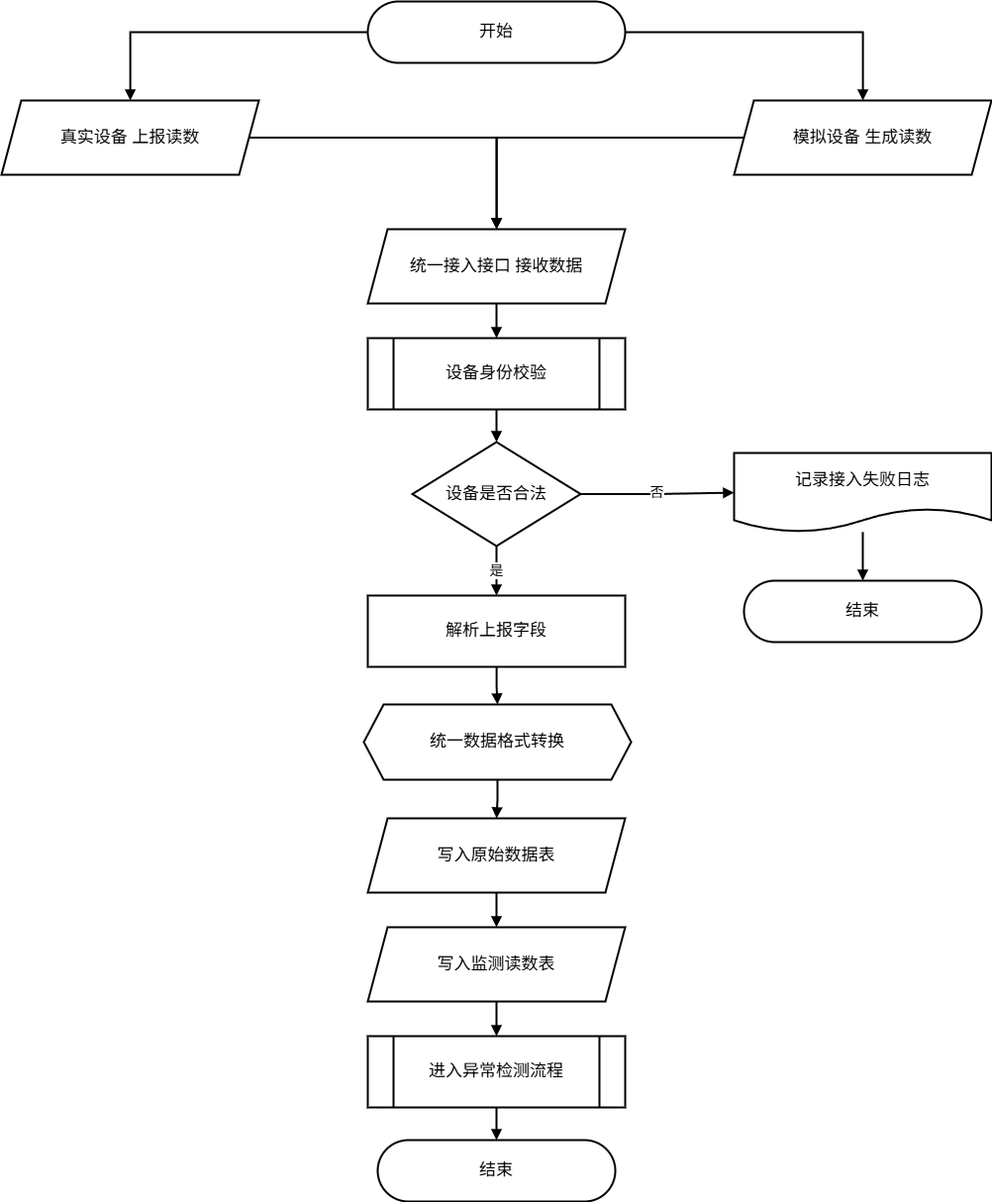
Earlier version of the draw.io export pictures_drawio/真实模拟设备统一接入图.drawio.png (solisW/my_thesis_system). Source tidied: cells renumbered, new cells last; positions are measured from the earlier drawing's top-left corner, leaving out a move shared by most shapes. The source it was exported from:
```xml
<mxGraphModel>
  <root>
    <mxCell id="0" />
    <mxCell id="1" parent="0" />
    <mxCell id="2" value="开始" style="rounded=1;arcSize=50;whiteSpace=wrap;html=1;fillColor=#ffffff;strokeColor=#000000;strokeWidth=2;fontSize=17;" parent="1" vertex="1">
      <mxGeometry x="370" width="260" height="62" as="geometry" />
    </mxCell>
    <mxCell id="3" value="真实设备 上报读数" style="shape=parallelogram;perimeter=parallelogramPerimeter;whiteSpace=wrap;html=1;fixedSize=1;fillColor=#ffffff;strokeColor=#000000;strokeWidth=2;fontSize=17;" parent="1" vertex="1">
      <mxGeometry y="100" width="260" height="75" as="geometry" />
    </mxCell>
    <mxCell id="4" value="模拟设备 生成读数" style="shape=parallelogram;perimeter=parallelogramPerimeter;whiteSpace=wrap;html=1;fixedSize=1;fillColor=#ffffff;strokeColor=#000000;strokeWidth=2;fontSize=17;" parent="1" vertex="1">
      <mxGeometry x="740" y="100" width="260" height="75" as="geometry" />
    </mxCell>
    <mxCell id="5" value="统一接入接口 接收数据" style="shape=parallelogram;perimeter=parallelogramPerimeter;whiteSpace=wrap;html=1;fixedSize=1;fillColor=#ffffff;strokeColor=#000000;strokeWidth=2;fontSize=17;" parent="1" vertex="1">
      <mxGeometry x="370" y="230" width="260" height="75" as="geometry" />
    </mxCell>
    <mxCell id="6" value="设备身份校验" style="shape=process;whiteSpace=wrap;html=1;backgroundOutline=1;fillColor=#ffffff;strokeColor=#000000;strokeWidth=2;fontSize=17;" parent="1" vertex="1">
      <mxGeometry x="370" y="340" width="260" height="72" as="geometry" />
    </mxCell>
    <mxCell id="7" value="设备是否合法" style="rhombus;whiteSpace=wrap;html=1;fillColor=#ffffff;strokeColor=#000000;strokeWidth=2;fontSize=17;" parent="1" vertex="1">
      <mxGeometry x="415" y="445" width="170" height="105" as="geometry" />
    </mxCell>
    <mxCell id="8" value="记录接入失败日志" style="shape=document;whiteSpace=wrap;html=1;boundedLbl=1;fillColor=#ffffff;strokeColor=#000000;strokeWidth=2;fontSize=17;" parent="1" vertex="1">
      <mxGeometry x="740" y="456" width="260" height="80" as="geometry" />
    </mxCell>
    <mxCell id="9" value="结束" style="rounded=1;arcSize=50;whiteSpace=wrap;html=1;fillColor=#ffffff;strokeColor=#000000;strokeWidth=2;fontSize=17;" parent="1" vertex="1">
      <mxGeometry x="750" y="585" width="240" height="62" as="geometry" />
    </mxCell>
    <mxCell id="10" value="解析上报字段" style="rounded=0;whiteSpace=wrap;html=1;fillColor=#ffffff;strokeColor=#000000;strokeWidth=2;fontSize=17;" parent="1" vertex="1">
      <mxGeometry x="370" y="600" width="260" height="72" as="geometry" />
    </mxCell>
    <mxCell id="11" value="统一数据格式转换" style="shape=hexagon;perimeter=hexagonPerimeter2;whiteSpace=wrap;html=1;fixedSize=1;fillColor=#ffffff;strokeColor=#000000;strokeWidth=2;fontSize=17;" parent="1" vertex="1">
      <mxGeometry x="366" y="710" width="270" height="76" as="geometry" />
    </mxCell>
    <mxCell id="12" value="写入原始数据表" style="shape=parallelogram;perimeter=parallelogramPerimeter;whiteSpace=wrap;html=1;fixedSize=1;fillColor=#ffffff;strokeColor=#000000;strokeWidth=2;fontSize=17;" parent="1" vertex="1">
      <mxGeometry x="370" y="825" width="260" height="75" as="geometry" />
    </mxCell>
    <mxCell id="13" value="写入监测读数表" style="shape=parallelogram;perimeter=parallelogramPerimeter;whiteSpace=wrap;html=1;fixedSize=1;fillColor=#ffffff;strokeColor=#000000;strokeWidth=2;fontSize=17;" parent="1" vertex="1">
      <mxGeometry x="370" y="935" width="260" height="75" as="geometry" />
    </mxCell>
    <mxCell id="14" value="进入异常检测流程" style="shape=process;whiteSpace=wrap;html=1;backgroundOutline=1;fillColor=#ffffff;strokeColor=#000000;strokeWidth=2;fontSize=17;" parent="1" vertex="1">
      <mxGeometry x="370" y="1045" width="260" height="72" as="geometry" />
    </mxCell>
    <mxCell id="15" value="结束" style="rounded=1;arcSize=50;whiteSpace=wrap;html=1;fillColor=#ffffff;strokeColor=#000000;strokeWidth=2;fontSize=17;" parent="1" vertex="1">
      <mxGeometry x="380" y="1150" width="240" height="62" as="geometry" />
    </mxCell>
    <mxCell id="16" style="endArrow=block;html=1;rounded=0;edgeStyle=orthogonalEdgeStyle;strokeWidth=2;fontSize=14;" parent="1" edge="1" source="2" target="3">
      <mxGeometry relative="1" as="geometry" />
    </mxCell>
    <mxCell id="17" style="endArrow=block;html=1;rounded=0;edgeStyle=orthogonalEdgeStyle;strokeWidth=2;fontSize=14;" parent="1" edge="1" source="2" target="4">
      <mxGeometry relative="1" as="geometry" />
    </mxCell>
    <mxCell id="18" style="endArrow=block;html=1;rounded=0;edgeStyle=orthogonalEdgeStyle;strokeWidth=2;fontSize=14;" parent="1" edge="1" source="3" target="5">
      <mxGeometry relative="1" as="geometry" />
    </mxCell>
    <mxCell id="19" style="endArrow=block;html=1;rounded=0;edgeStyle=orthogonalEdgeStyle;strokeWidth=2;fontSize=14;" parent="1" edge="1" source="4" target="5">
      <mxGeometry relative="1" as="geometry" />
    </mxCell>
    <mxCell id="20" style="endArrow=block;html=1;rounded=0;edgeStyle=orthogonalEdgeStyle;strokeWidth=2;fontSize=14;" parent="1" edge="1" source="5" target="6">
      <mxGeometry relative="1" as="geometry" />
    </mxCell>
    <mxCell id="21" style="endArrow=block;html=1;rounded=0;edgeStyle=orthogonalEdgeStyle;strokeWidth=2;fontSize=14;" parent="1" edge="1" source="6" target="7">
      <mxGeometry relative="1" as="geometry" />
    </mxCell>
    <mxCell id="22" value="否" style="endArrow=block;html=1;rounded=0;edgeStyle=orthogonalEdgeStyle;strokeWidth=2;fontSize=14;" parent="1" edge="1" source="7" target="8">
      <mxGeometry relative="1" as="geometry" />
    </mxCell>
    <mxCell id="23" style="endArrow=block;html=1;rounded=0;edgeStyle=orthogonalEdgeStyle;strokeWidth=2;fontSize=14;" parent="1" edge="1" source="8" target="9">
      <mxGeometry relative="1" as="geometry" />
    </mxCell>
    <mxCell id="24" value="是" style="endArrow=block;html=1;rounded=0;edgeStyle=orthogonalEdgeStyle;strokeWidth=2;fontSize=14;" parent="1" edge="1" source="7" target="10">
      <mxGeometry relative="1" as="geometry" />
    </mxCell>
    <mxCell id="25" style="endArrow=block;html=1;rounded=0;edgeStyle=orthogonalEdgeStyle;strokeWidth=2;fontSize=14;" parent="1" edge="1" source="10" target="11">
      <mxGeometry relative="1" as="geometry" />
    </mxCell>
    <mxCell id="26" style="endArrow=block;html=1;rounded=0;edgeStyle=orthogonalEdgeStyle;strokeWidth=2;fontSize=14;" parent="1" edge="1" source="11" target="12">
      <mxGeometry relative="1" as="geometry" />
    </mxCell>
    <mxCell id="27" style="endArrow=block;html=1;rounded=0;edgeStyle=orthogonalEdgeStyle;strokeWidth=2;fontSize=14;" parent="1" edge="1" source="12" target="13">
      <mxGeometry relative="1" as="geometry" />
    </mxCell>
    <mxCell id="28" style="endArrow=block;html=1;rounded=0;edgeStyle=orthogonalEdgeStyle;strokeWidth=2;fontSize=14;" parent="1" edge="1" source="13" target="14">
      <mxGeometry relative="1" as="geometry" />
    </mxCell>
    <mxCell id="29" style="endArrow=block;html=1;rounded=0;edgeStyle=orthogonalEdgeStyle;strokeWidth=2;fontSize=14;" parent="1" edge="1" source="14" target="15">
      <mxGeometry relative="1" as="geometry" />
    </mxCell>
  </root>
</mxGraphModel>
```
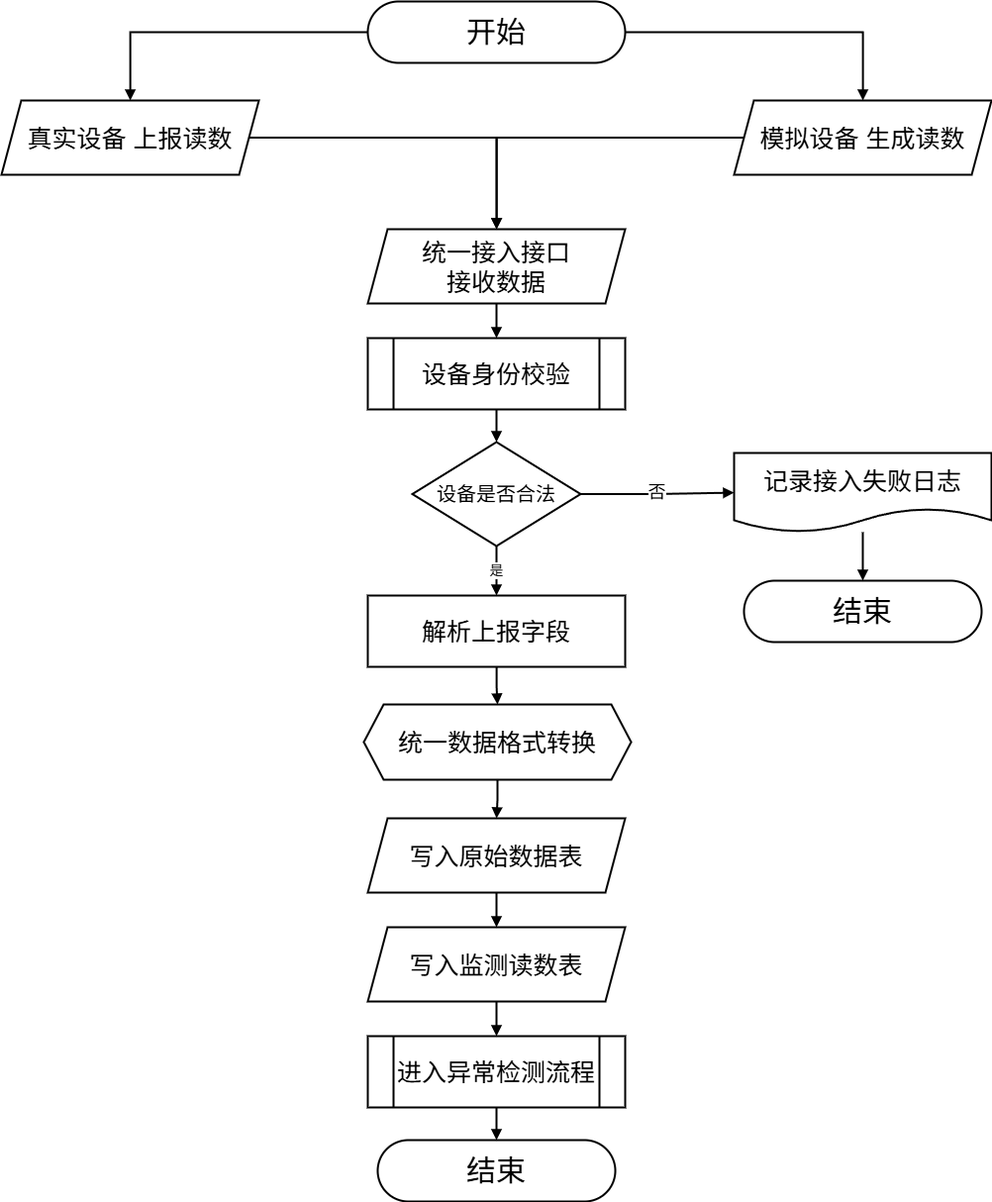
After the commit.

What changed in the source:
```diff
@@ -2,46 +2,46 @@
   <root>
     <mxCell id="0" />
     <mxCell id="1" parent="0" />
-    <mxCell id="2" value="开始" style="rounded=1;arcSize=50;whiteSpace=wrap;html=1;fillColor=#ffffff;strokeColor=#000000;strokeWidth=2;fontSize=17;" parent="1" vertex="1">
+    <mxCell id="2" value="&lt;font style=&quot;font-size: 30px;&quot;&gt;开始&lt;/font&gt;" style="rounded=1;arcSize=50;whiteSpace=wrap;html=1;fillColor=#ffffff;strokeColor=#000000;strokeWidth=2;fontSize=17;" parent="1" vertex="1">
       <mxGeometry x="370" width="260" height="62" as="geometry" />
     </mxCell>
-    <mxCell id="3" value="真实设备 上报读数" style="shape=parallelogram;perimeter=parallelogramPerimeter;whiteSpace=wrap;html=1;fixedSize=1;fillColor=#ffffff;strokeColor=#000000;strokeWidth=2;fontSize=17;" parent="1" vertex="1">
+    <mxCell id="3" value="&lt;font style=&quot;font-size: 25px;&quot;&gt;真实设备 上报读数&lt;/font&gt;" style="shape=parallelogram;perimeter=parallelogramPerimeter;whiteSpace=wrap;html=1;fixedSize=1;fillColor=#ffffff;strokeColor=#000000;strokeWidth=2;fontSize=17;" parent="1" vertex="1">
       <mxGeometry y="100" width="260" height="75" as="geometry" />
     </mxCell>
-    <mxCell id="4" value="模拟设备 生成读数" style="shape=parallelogram;perimeter=parallelogramPerimeter;whiteSpace=wrap;html=1;fixedSize=1;fillColor=#ffffff;strokeColor=#000000;strokeWidth=2;fontSize=17;" parent="1" vertex="1">
+    <mxCell id="4" value="&lt;font style=&quot;font-size: 25px;&quot;&gt;模拟设备 生成读数&lt;/font&gt;" style="shape=parallelogram;perimeter=parallelogramPerimeter;whiteSpace=wrap;html=1;fixedSize=1;fillColor=#ffffff;strokeColor=#000000;strokeWidth=2;fontSize=17;" parent="1" vertex="1">
       <mxGeometry x="740" y="100" width="260" height="75" as="geometry" />
     </mxCell>
-    <mxCell id="5" value="统一接入接口 接收数据" style="shape=parallelogram;perimeter=parallelogramPerimeter;whiteSpace=wrap;html=1;fixedSize=1;fillColor=#ffffff;strokeColor=#000000;strokeWidth=2;fontSize=17;" parent="1" vertex="1">
+    <mxCell id="5" value="&lt;font style=&quot;font-size: 25px;&quot;&gt;统一接入接口&lt;/font&gt;&lt;div&gt;&lt;font style=&quot;font-size: 25px;&quot;&gt;接收数据&lt;/font&gt;&lt;/div&gt;" style="shape=parallelogram;perimeter=parallelogramPerimeter;whiteSpace=wrap;html=1;fixedSize=1;fillColor=#ffffff;strokeColor=#000000;strokeWidth=2;fontSize=17;" parent="1" vertex="1">
       <mxGeometry x="370" y="230" width="260" height="75" as="geometry" />
     </mxCell>
-    <mxCell id="6" value="设备身份校验" style="shape=process;whiteSpace=wrap;html=1;backgroundOutline=1;fillColor=#ffffff;strokeColor=#000000;strokeWidth=2;fontSize=17;" parent="1" vertex="1">
+    <mxCell id="6" value="&lt;font style=&quot;font-size: 25px;&quot;&gt;设备身份校验&lt;/font&gt;" style="shape=process;whiteSpace=wrap;html=1;backgroundOutline=1;fillColor=#ffffff;strokeColor=#000000;strokeWidth=2;fontSize=17;" parent="1" vertex="1">
       <mxGeometry x="370" y="340" width="260" height="72" as="geometry" />
     </mxCell>
-    <mxCell id="7" value="设备是否合法" style="rhombus;whiteSpace=wrap;html=1;fillColor=#ffffff;strokeColor=#000000;strokeWidth=2;fontSize=17;" parent="1" vertex="1">
+    <mxCell id="7" value="&lt;font style=&quot;font-size: 20px;&quot;&gt;设备是否合法&lt;/font&gt;" style="rhombus;whiteSpace=wrap;html=1;fillColor=#ffffff;strokeColor=#000000;strokeWidth=2;fontSize=17;" parent="1" vertex="1">
       <mxGeometry x="415" y="445" width="170" height="105" as="geometry" />
     </mxCell>
-    <mxCell id="8" value="记录接入失败日志" style="shape=document;whiteSpace=wrap;html=1;boundedLbl=1;fillColor=#ffffff;strokeColor=#000000;strokeWidth=2;fontSize=17;" parent="1" vertex="1">
+    <mxCell id="8" value="&lt;font style=&quot;font-size: 25px;&quot;&gt;记录接入失败日志&lt;/font&gt;" style="shape=document;whiteSpace=wrap;html=1;boundedLbl=1;fillColor=#ffffff;strokeColor=#000000;strokeWidth=2;fontSize=17;" parent="1" vertex="1">
       <mxGeometry x="740" y="456" width="260" height="80" as="geometry" />
     </mxCell>
-    <mxCell id="9" value="结束" style="rounded=1;arcSize=50;whiteSpace=wrap;html=1;fillColor=#ffffff;strokeColor=#000000;strokeWidth=2;fontSize=17;" parent="1" vertex="1">
+    <mxCell id="9" value="&lt;font style=&quot;font-size: 30px;&quot;&gt;结束&lt;/font&gt;" style="rounded=1;arcSize=50;whiteSpace=wrap;html=1;fillColor=#ffffff;strokeColor=#000000;strokeWidth=2;fontSize=17;" parent="1" vertex="1">
       <mxGeometry x="750" y="585" width="240" height="62" as="geometry" />
     </mxCell>
-    <mxCell id="10" value="解析上报字段" style="rounded=0;whiteSpace=wrap;html=1;fillColor=#ffffff;strokeColor=#000000;strokeWidth=2;fontSize=17;" parent="1" vertex="1">
+    <mxCell id="10" value="&lt;font style=&quot;font-size: 25px;&quot;&gt;解析上报字段&lt;/font&gt;" style="rounded=0;whiteSpace=wrap;html=1;fillColor=#ffffff;strokeColor=#000000;strokeWidth=2;fontSize=17;" parent="1" vertex="1">
       <mxGeometry x="370" y="600" width="260" height="72" as="geometry" />
     </mxCell>
-    <mxCell id="11" value="统一数据格式转换" style="shape=hexagon;perimeter=hexagonPerimeter2;whiteSpace=wrap;html=1;fixedSize=1;fillColor=#ffffff;strokeColor=#000000;strokeWidth=2;fontSize=17;" parent="1" vertex="1">
+    <mxCell id="11" value="&lt;font style=&quot;font-size: 25px;&quot;&gt;统一数据格式转换&lt;/font&gt;" style="shape=hexagon;perimeter=hexagonPerimeter2;whiteSpace=wrap;html=1;fixedSize=1;fillColor=#ffffff;strokeColor=#000000;strokeWidth=2;fontSize=17;" parent="1" vertex="1">
       <mxGeometry x="366" y="710" width="270" height="76" as="geometry" />
     </mxCell>
-    <mxCell id="12" value="写入原始数据表" style="shape=parallelogram;perimeter=parallelogramPerimeter;whiteSpace=wrap;html=1;fixedSize=1;fillColor=#ffffff;strokeColor=#000000;strokeWidth=2;fontSize=17;" parent="1" vertex="1">
+    <mxCell id="12" value="&lt;font style=&quot;font-size: 25px;&quot;&gt;写入原始数据表&lt;/font&gt;" style="shape=parallelogram;perimeter=parallelogramPerimeter;whiteSpace=wrap;html=1;fixedSize=1;fillColor=#ffffff;strokeColor=#000000;strokeWidth=2;fontSize=17;" parent="1" vertex="1">
       <mxGeometry x="370" y="825" width="260" height="75" as="geometry" />
     </mxCell>
-    <mxCell id="13" value="写入监测读数表" style="shape=parallelogram;perimeter=parallelogramPerimeter;whiteSpace=wrap;html=1;fixedSize=1;fillColor=#ffffff;strokeColor=#000000;strokeWidth=2;fontSize=17;" parent="1" vertex="1">
+    <mxCell id="13" value="&lt;font style=&quot;font-size: 25px;&quot;&gt;写入监测读数表&lt;/font&gt;" style="shape=parallelogram;perimeter=parallelogramPerimeter;whiteSpace=wrap;html=1;fixedSize=1;fillColor=#ffffff;strokeColor=#000000;strokeWidth=2;fontSize=17;" parent="1" vertex="1">
       <mxGeometry x="370" y="935" width="260" height="75" as="geometry" />
     </mxCell>
-    <mxCell id="14" value="进入异常检测流程" style="shape=process;whiteSpace=wrap;html=1;backgroundOutline=1;fillColor=#ffffff;strokeColor=#000000;strokeWidth=2;fontSize=17;" parent="1" vertex="1">
+    <mxCell id="14" value="&lt;font style=&quot;font-size: 25px;&quot;&gt;进入异常检测流程&lt;/font&gt;" style="shape=process;whiteSpace=wrap;html=1;backgroundOutline=1;fillColor=#ffffff;strokeColor=#000000;strokeWidth=2;fontSize=17;" parent="1" vertex="1">
       <mxGeometry x="370" y="1045" width="260" height="72" as="geometry" />
     </mxCell>
-    <mxCell id="15" value="结束" style="rounded=1;arcSize=50;whiteSpace=wrap;html=1;fillColor=#ffffff;strokeColor=#000000;strokeWidth=2;fontSize=17;" parent="1" vertex="1">
+    <mxCell id="15" value="&lt;font style=&quot;font-size: 30px;&quot;&gt;结束&lt;/font&gt;" style="rounded=1;arcSize=50;whiteSpace=wrap;html=1;fillColor=#ffffff;strokeColor=#000000;strokeWidth=2;fontSize=17;" parent="1" vertex="1">
       <mxGeometry x="380" y="1150" width="240" height="62" as="geometry" />
     </mxCell>
     <mxCell id="16" style="endArrow=block;html=1;rounded=0;edgeStyle=orthogonalEdgeStyle;strokeWidth=2;fontSize=14;" parent="1" edge="1" source="2" target="3">
@@ -62,7 +62,7 @@
     <mxCell id="21" style="endArrow=block;html=1;rounded=0;edgeStyle=orthogonalEdgeStyle;strokeWidth=2;fontSize=14;" parent="1" edge="1" source="6" target="7">
       <mxGeometry relative="1" as="geometry" />
     </mxCell>
-    <mxCell id="22" value="否" style="endArrow=block;html=1;rounded=0;edgeStyle=orthogonalEdgeStyle;strokeWidth=2;fontSize=14;" parent="1" edge="1" source="7" target="8">
+    <mxCell id="22" value="&lt;font style=&quot;font-size: 18px;&quot;&gt;否&lt;/font&gt;" style="endArrow=block;html=1;rounded=0;edgeStyle=orthogonalEdgeStyle;strokeWidth=2;fontSize=14;" parent="1" edge="1" source="7" target="8">
       <mxGeometry relative="1" as="geometry" />
     </mxCell>
     <mxCell id="23" style="endArrow=block;html=1;rounded=0;edgeStyle=orthogonalEdgeStyle;strokeWidth=2;fontSize=14;" parent="1" edge="1" source="8" target="9">
```
